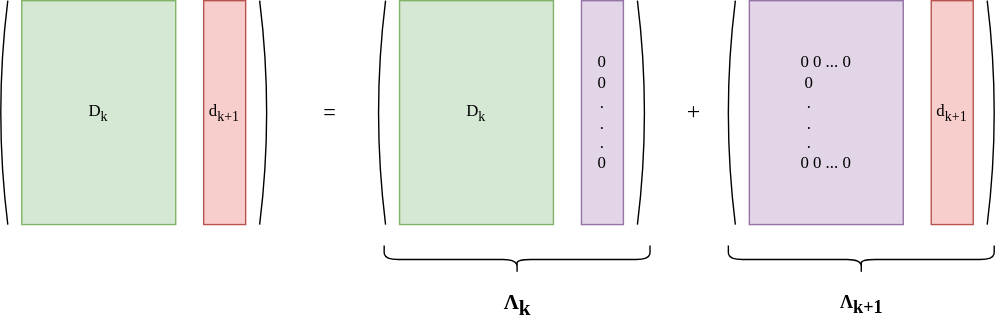
This is pca/diagrams/pca-proof.svg from ymohamedahmed/blog-posts, a draw.io export, as it was before one commit. Source tidied: cells renumbered, new cells last; positions are measured from the earlier drawing's top-left corner, leaving out a move shared by most shapes. Source of this version:
```xml
<mxGraphModel>
  <root>
    <mxCell id="0" />
    <mxCell id="1" parent="0" />
    <mxCell id="2" value="D&lt;sub&gt;k&lt;/sub&gt;" style="rounded=0;whiteSpace=wrap;html=1;fillColor=#d5e8d4;fontFamily=DM Mono;strokeColor=#82b366;" parent="1" vertex="1">
      <mxGeometry x="20" width="110" height="160" as="geometry" />
    </mxCell>
    <mxCell id="3" value="d&lt;sub&gt;k+1&lt;/sub&gt;" style="rounded=0;whiteSpace=wrap;html=1;fillColor=#f8cecc;fontFamily=DM Mono;strokeColor=#b85450;" parent="1" vertex="1">
      <mxGeometry x="150" width="30" height="160" as="geometry" />
    </mxCell>
    <mxCell id="4" value="=" style="text;html=1;align=center;verticalAlign=middle;fontFamily=DM Mono;fontSize=16;" parent="1" vertex="1">
      <mxGeometry x="225" y="70" width="30" height="20" as="geometry" />
    </mxCell>
    <mxCell id="5" style="curved=1;endArrow=none;html=1;fontFamily=DM Mono;endFill=0;" parent="1" edge="1">
      <mxGeometry relative="1" as="geometry">
        <mxPoint x="190" y="160" as="sourcePoint" />
        <mxPoint x="190" as="targetPoint" />
        <Array as="points">
          <mxPoint x="200" y="80" />
        </Array>
      </mxGeometry>
    </mxCell>
    <mxCell id="6" style="curved=1;endArrow=none;html=1;fontFamily=DM Mono;endFill=0;" parent="1" edge="1">
      <mxGeometry relative="1" as="geometry">
        <mxPoint x="10" y="160" as="sourcePoint" />
        <mxPoint x="10" as="targetPoint" />
        <Array as="points">
          <mxPoint y="80" />
        </Array>
      </mxGeometry>
    </mxCell>
    <mxCell id="7" value="D&lt;sub&gt;k&lt;/sub&gt;" style="rounded=0;whiteSpace=wrap;html=1;fillColor=#d5e8d4;fontFamily=DM Mono;strokeColor=#82b366;" parent="1" vertex="1">
      <mxGeometry x="290" width="110" height="160" as="geometry" />
    </mxCell>
    <mxCell id="8" value="&lt;div&gt;0&lt;/div&gt;&lt;div&gt;0&lt;/div&gt;&lt;div&gt;.&lt;/div&gt;&lt;div&gt;.&lt;/div&gt;&lt;div&gt;.&lt;/div&gt;&lt;div&gt;0&lt;br&gt;&lt;/div&gt;" style="rounded=0;whiteSpace=wrap;html=1;fillColor=#e1d5e7;fontFamily=DM Mono;strokeColor=#9673a6;" parent="1" vertex="1">
      <mxGeometry x="420" width="30" height="160" as="geometry" />
    </mxCell>
    <mxCell id="9" style="curved=1;endArrow=none;html=1;fontFamily=DM Mono;endFill=0;" parent="1" edge="1">
      <mxGeometry relative="1" as="geometry">
        <mxPoint x="460" y="160" as="sourcePoint" />
        <mxPoint x="460" as="targetPoint" />
        <Array as="points">
          <mxPoint x="470" y="80" />
        </Array>
      </mxGeometry>
    </mxCell>
    <mxCell id="10" style="curved=1;endArrow=none;html=1;fontFamily=DM Mono;endFill=0;" parent="1" edge="1">
      <mxGeometry relative="1" as="geometry">
        <mxPoint x="280" y="160" as="sourcePoint" />
        <mxPoint x="280" as="targetPoint" />
        <Array as="points">
          <mxPoint x="270" y="80" />
        </Array>
      </mxGeometry>
    </mxCell>
    <mxCell id="11" value="&lt;div&gt;0 0 ... 0&lt;/div&gt;&lt;div&gt;0&amp;nbsp;&amp;nbsp;&amp;nbsp;&amp;nbsp;&amp;nbsp;&amp;nbsp;&amp;nbsp;&amp;nbsp; &lt;br&gt;&lt;/div&gt;&lt;div&gt;.&amp;nbsp;&amp;nbsp;&amp;nbsp;&amp;nbsp;&amp;nbsp;&amp;nbsp;&amp;nbsp;&amp;nbsp; &lt;br&gt;&lt;/div&gt;&lt;div&gt;.&amp;nbsp;&amp;nbsp;&amp;nbsp;&amp;nbsp;&amp;nbsp;&amp;nbsp;&amp;nbsp;&amp;nbsp; &lt;br&gt;&lt;/div&gt;&lt;div&gt;.&amp;nbsp;&amp;nbsp;&amp;nbsp;&amp;nbsp;&amp;nbsp;&amp;nbsp;&amp;nbsp;&amp;nbsp; &lt;br&gt;&lt;/div&gt;&lt;div&gt;0 0 ... 0&lt;br&gt;&lt;/div&gt;" style="rounded=0;whiteSpace=wrap;html=1;fillColor=#e1d5e7;fontFamily=DM Mono;strokeColor=#9673a6;" parent="1" vertex="1">
      <mxGeometry x="540" width="110" height="160" as="geometry" />
    </mxCell>
    <mxCell id="12" value="d&lt;sub&gt;k+1&lt;/sub&gt;" style="rounded=0;whiteSpace=wrap;html=1;fillColor=#f8cecc;fontFamily=DM Mono;strokeColor=#b85450;" parent="1" vertex="1">
      <mxGeometry x="670" width="30" height="160" as="geometry" />
    </mxCell>
    <mxCell id="13" style="curved=1;endArrow=none;html=1;fontFamily=DM Mono;endFill=0;" parent="1" edge="1">
      <mxGeometry relative="1" as="geometry">
        <mxPoint x="710" y="160" as="sourcePoint" />
        <mxPoint x="710" as="targetPoint" />
        <Array as="points">
          <mxPoint x="720" y="80" />
        </Array>
      </mxGeometry>
    </mxCell>
    <mxCell id="14" style="curved=1;endArrow=none;html=1;fontFamily=DM Mono;endFill=0;" parent="1" edge="1">
      <mxGeometry relative="1" as="geometry">
        <mxPoint x="530" y="160" as="sourcePoint" />
        <mxPoint x="530" as="targetPoint" />
        <Array as="points">
          <mxPoint x="520" y="80" />
        </Array>
      </mxGeometry>
    </mxCell>
    <mxCell id="15" style="shape=curlyBracket;whiteSpace=wrap;html=1;rounded=1;fillColor=#A9A0AD;fontFamily=DM Mono;rotation=-90;" parent="1" vertex="1">
      <mxGeometry x="364" y="90" width="20" height="190" as="geometry" />
    </mxCell>
    <mxCell id="16" style="shape=curlyBracket;whiteSpace=wrap;html=1;rounded=1;fillColor=#A9A0AD;fontFamily=DM Mono;rotation=-90;" parent="1" vertex="1">
      <mxGeometry x="610" y="90" width="20" height="190" as="geometry" />
    </mxCell>
    <mxCell id="17" value="+" style="text;html=1;align=center;verticalAlign=middle;fontFamily=DM Mono;fontSize=17;" parent="1" vertex="1">
      <mxGeometry x="485" y="65" width="30" height="30" as="geometry" />
    </mxCell>
    <mxCell id="18" value="&lt;b style=&quot;font-size: 15px;&quot;&gt;&lt;span title=&quot;Greek language text&quot; style=&quot;font-size: 15px;&quot; lang=&quot;el&quot;&gt;Λ&lt;sub style=&quot;font-size: 15px;&quot;&gt;k&lt;/sub&gt;&lt;/span&gt;&lt;/b&gt;" style="text;html=1;align=center;verticalAlign=middle;fontFamily=DM Mono;fontSize=15;" parent="1" vertex="1">
      <mxGeometry x="354" y="202" width="40" height="30" as="geometry" />
    </mxCell>
    <mxCell id="19" value="&lt;b style=&quot;font-size: 13px;&quot;&gt;&lt;span title=&quot;Greek language text&quot; style=&quot;font-size: 13px;&quot; lang=&quot;el&quot;&gt;Λ&lt;sub style=&quot;font-size: 13px;&quot;&gt;k+1&lt;/sub&gt;&lt;/span&gt;&lt;/b&gt;" style="text;html=1;align=center;verticalAlign=middle;fontFamily=DM Mono;fontSize=13;" parent="1" vertex="1">
      <mxGeometry x="595" y="207" width="50" height="20" as="geometry" />
    </mxCell>
  </root>
</mxGraphModel>
```
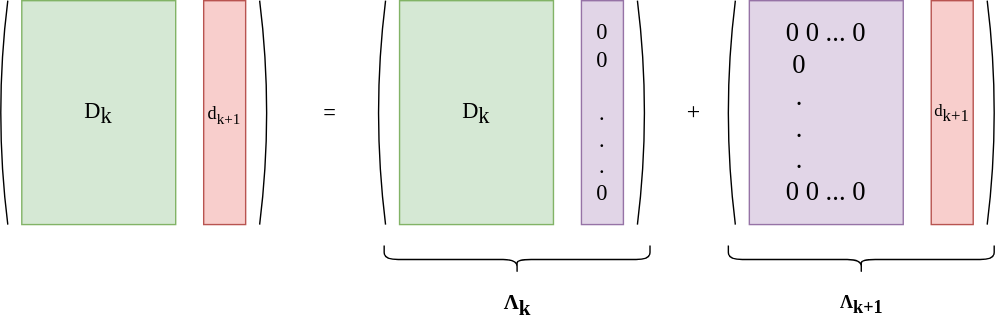
After the change.

Diff of the diagram source:
```diff
@@ -2,10 +2,10 @@
   <root>
     <mxCell id="0" />
     <mxCell id="1" parent="0" />
-    <mxCell id="2" value="D&lt;sub&gt;k&lt;/sub&gt;" style="rounded=0;whiteSpace=wrap;html=1;fillColor=#d5e8d4;fontFamily=DM Mono;strokeColor=#82b366;" parent="1" vertex="1">
+    <mxCell id="2" value="D&lt;sub style=&quot;font-size: 16px;&quot;&gt;k&lt;/sub&gt;" style="rounded=0;whiteSpace=wrap;html=1;fillColor=#d5e8d4;fontFamily=DM Mono;strokeColor=#82b366;fontSize=16;" parent="1" vertex="1">
       <mxGeometry x="20" width="110" height="160" as="geometry" />
     </mxCell>
-    <mxCell id="3" value="d&lt;sub&gt;k+1&lt;/sub&gt;" style="rounded=0;whiteSpace=wrap;html=1;fillColor=#f8cecc;fontFamily=DM Mono;strokeColor=#b85450;" parent="1" vertex="1">
+    <mxCell id="3" value="&lt;font style=&quot;font-size: 13px&quot;&gt;d&lt;sub&gt;k+1&lt;/sub&gt;&lt;/font&gt;" style="rounded=0;whiteSpace=wrap;html=1;fillColor=#f8cecc;fontFamily=DM Mono;strokeColor=#b85450;fontSize=16;" parent="1" vertex="1">
       <mxGeometry x="150" width="30" height="160" as="geometry" />
     </mxCell>
     <mxCell id="4" value="=" style="text;html=1;align=center;verticalAlign=middle;fontFamily=DM Mono;fontSize=16;" parent="1" vertex="1">
@@ -29,10 +29,10 @@
         </Array>
       </mxGeometry>
     </mxCell>
-    <mxCell id="7" value="D&lt;sub&gt;k&lt;/sub&gt;" style="rounded=0;whiteSpace=wrap;html=1;fillColor=#d5e8d4;fontFamily=DM Mono;strokeColor=#82b366;" parent="1" vertex="1">
+    <mxCell id="7" value="D&lt;sub style=&quot;font-size: 16px;&quot;&gt;k&lt;/sub&gt;" style="rounded=0;whiteSpace=wrap;html=1;fillColor=#d5e8d4;fontFamily=DM Mono;strokeColor=#82b366;fontSize=16;" parent="1" vertex="1">
       <mxGeometry x="290" width="110" height="160" as="geometry" />
     </mxCell>
-    <mxCell id="8" value="&lt;div&gt;0&lt;/div&gt;&lt;div&gt;0&lt;/div&gt;&lt;div&gt;.&lt;/div&gt;&lt;div&gt;.&lt;/div&gt;&lt;div&gt;.&lt;/div&gt;&lt;div&gt;0&lt;br&gt;&lt;/div&gt;" style="rounded=0;whiteSpace=wrap;html=1;fillColor=#e1d5e7;fontFamily=DM Mono;strokeColor=#9673a6;" parent="1" vertex="1">
+    <mxCell id="8" value="&lt;div style=&quot;font-size: 16px&quot;&gt;0&lt;/div&gt;&lt;div style=&quot;font-size: 16px&quot;&gt;0&lt;/div&gt;&lt;div style=&quot;font-size: 16px&quot;&gt;&lt;br&gt;&lt;/div&gt;&lt;div style=&quot;font-size: 16px&quot;&gt;.&lt;/div&gt;&lt;div style=&quot;font-size: 16px&quot;&gt;.&lt;/div&gt;&lt;div style=&quot;font-size: 16px&quot;&gt;.&lt;/div&gt;&lt;div style=&quot;font-size: 16px&quot;&gt;0&lt;br style=&quot;font-size: 16px&quot;&gt;&lt;/div&gt;" style="rounded=0;whiteSpace=wrap;html=1;fillColor=#e1d5e7;fontFamily=DM Mono;strokeColor=#9673a6;fontSize=16;" parent="1" vertex="1">
       <mxGeometry x="420" width="30" height="160" as="geometry" />
     </mxCell>
     <mxCell id="9" style="curved=1;endArrow=none;html=1;fontFamily=DM Mono;endFill=0;" parent="1" edge="1">
@@ -53,10 +53,10 @@
         </Array>
       </mxGeometry>
     </mxCell>
-    <mxCell id="11" value="&lt;div&gt;0 0 ... 0&lt;/div&gt;&lt;div&gt;0&amp;nbsp;&amp;nbsp;&amp;nbsp;&amp;nbsp;&amp;nbsp;&amp;nbsp;&amp;nbsp;&amp;nbsp; &lt;br&gt;&lt;/div&gt;&lt;div&gt;.&amp;nbsp;&amp;nbsp;&amp;nbsp;&amp;nbsp;&amp;nbsp;&amp;nbsp;&amp;nbsp;&amp;nbsp; &lt;br&gt;&lt;/div&gt;&lt;div&gt;.&amp;nbsp;&amp;nbsp;&amp;nbsp;&amp;nbsp;&amp;nbsp;&amp;nbsp;&amp;nbsp;&amp;nbsp; &lt;br&gt;&lt;/div&gt;&lt;div&gt;.&amp;nbsp;&amp;nbsp;&amp;nbsp;&amp;nbsp;&amp;nbsp;&amp;nbsp;&amp;nbsp;&amp;nbsp; &lt;br&gt;&lt;/div&gt;&lt;div&gt;0 0 ... 0&lt;br&gt;&lt;/div&gt;" style="rounded=0;whiteSpace=wrap;html=1;fillColor=#e1d5e7;fontFamily=DM Mono;strokeColor=#9673a6;" parent="1" vertex="1">
+    <mxCell id="11" value="&lt;div style=&quot;font-size: 19px&quot;&gt;&lt;font style=&quot;font-size: 19px&quot;&gt;0 0 ... 0&lt;/font&gt;&lt;/div&gt;&lt;div style=&quot;font-size: 19px&quot;&gt;&lt;font style=&quot;font-size: 19px&quot;&gt;0&amp;nbsp;&amp;nbsp;&amp;nbsp;&amp;nbsp;&amp;nbsp;&amp;nbsp;&amp;nbsp;&amp;nbsp; &lt;br&gt;&lt;/font&gt;&lt;/div&gt;&lt;div style=&quot;font-size: 19px&quot;&gt;&lt;font style=&quot;font-size: 19px&quot;&gt;.&amp;nbsp;&amp;nbsp;&amp;nbsp;&amp;nbsp;&amp;nbsp;&amp;nbsp;&amp;nbsp;&amp;nbsp; &lt;br&gt;&lt;/font&gt;&lt;/div&gt;&lt;div style=&quot;font-size: 19px&quot;&gt;&lt;font style=&quot;font-size: 19px&quot;&gt;.&amp;nbsp;&amp;nbsp;&amp;nbsp;&amp;nbsp;&amp;nbsp;&amp;nbsp;&amp;nbsp;&amp;nbsp; &lt;br&gt;&lt;/font&gt;&lt;/div&gt;&lt;div style=&quot;font-size: 19px&quot;&gt;&lt;font style=&quot;font-size: 19px&quot;&gt;.&amp;nbsp;&amp;nbsp;&amp;nbsp;&amp;nbsp;&amp;nbsp;&amp;nbsp;&amp;nbsp;&amp;nbsp; &lt;br&gt;&lt;/font&gt;&lt;/div&gt;&lt;div style=&quot;font-size: 19px&quot;&gt;&lt;font style=&quot;font-size: 19px&quot;&gt;0 0 ... 0&lt;br&gt;&lt;/font&gt;&lt;/div&gt;" style="rounded=0;whiteSpace=wrap;html=1;fillColor=#e1d5e7;fontFamily=DM Mono;strokeColor=#9673a6;fontSize=16;" parent="1" vertex="1">
       <mxGeometry x="540" width="110" height="160" as="geometry" />
     </mxCell>
-    <mxCell id="12" value="d&lt;sub&gt;k+1&lt;/sub&gt;" style="rounded=0;whiteSpace=wrap;html=1;fillColor=#f8cecc;fontFamily=DM Mono;strokeColor=#b85450;" parent="1" vertex="1">
+    <mxCell id="12" value="d&lt;sub style=&quot;font-size: 12px;&quot;&gt;k+1&lt;/sub&gt;" style="rounded=0;whiteSpace=wrap;html=1;fillColor=#f8cecc;fontFamily=DM Mono;strokeColor=#b85450;fontSize=12;" parent="1" vertex="1">
       <mxGeometry x="670" width="30" height="160" as="geometry" />
     </mxCell>
     <mxCell id="13" style="curved=1;endArrow=none;html=1;fontFamily=DM Mono;endFill=0;" parent="1" edge="1">
```
